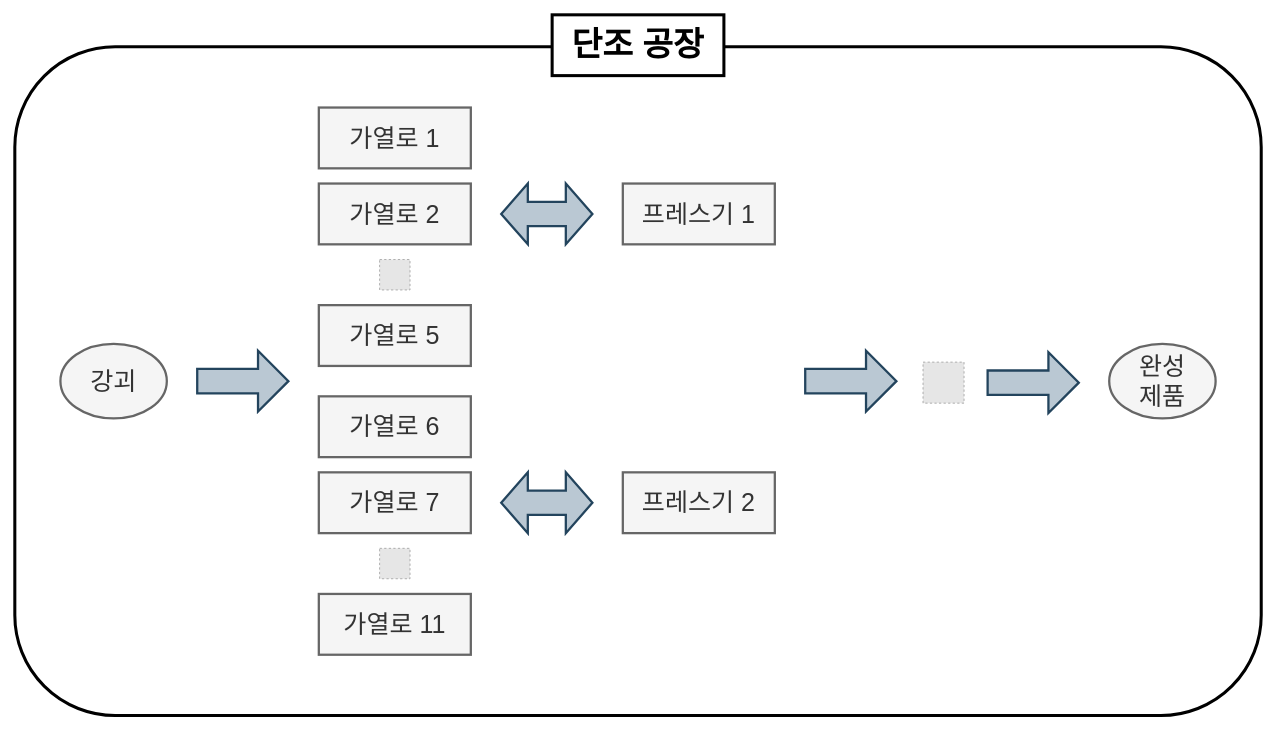
Before: 공정개요.drawio in seheeP/statistic, a draw.io diagram. Source tidied: cells renumbered, new cells numbered last; positions are measured from the earlier drawing's top-left corner, leaving out a move shared by most shapes. Both pictures are drawn from the tidied source at 76%, with x=0, y=0 at pixel (14, 14). Pictures stored in the file or linked from it are replaced by grey dashed boxes.
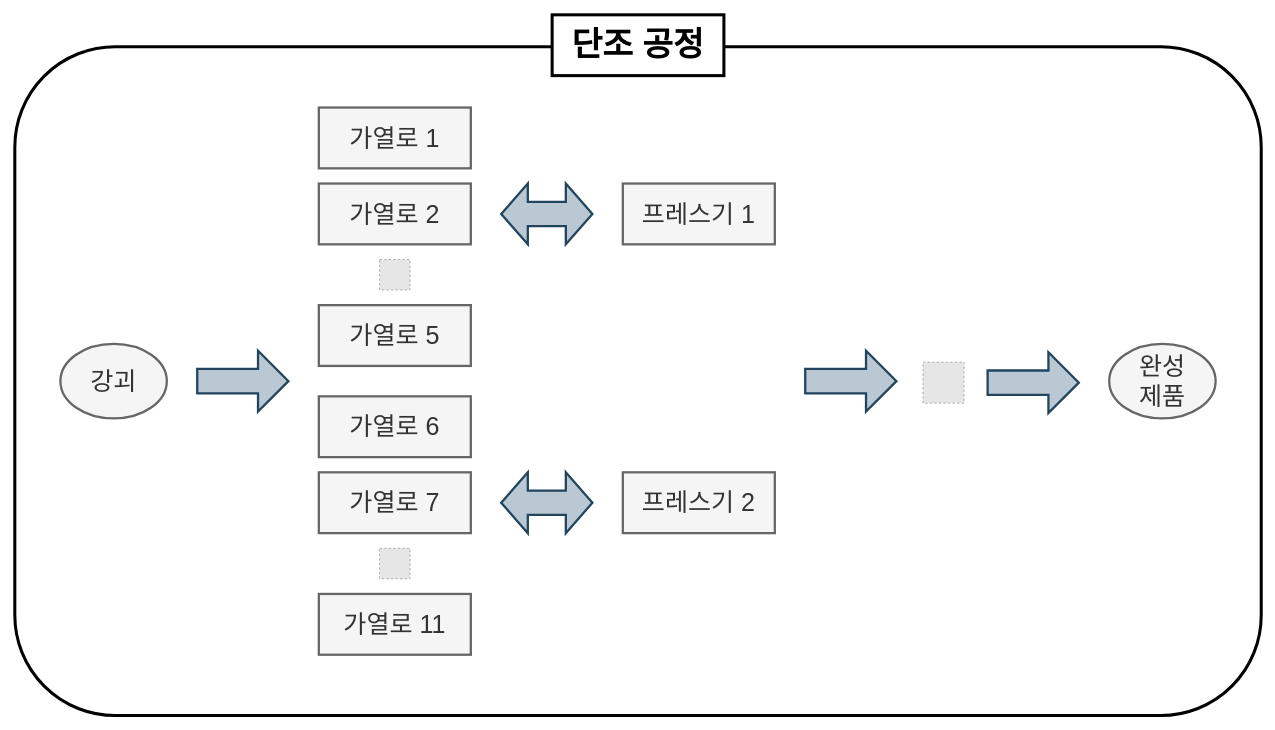
After the change.

Change to the diagram source:
```diff
@@
-    <mxCell id="15" value="&lt;b&gt;&lt;font style=&quot;font-size: 44px&quot;&gt;단조 공장&lt;/font&gt;&lt;/b&gt;" style="rounded=0;whiteSpace=wrap;html=1;fontSize=22;strokeWidth=4;fillColor=#FFFFFF;" parent="1" vertex="1">
+    <mxCell id="15" value="&lt;b&gt;&lt;font style=&quot;font-size: 44px&quot;&gt;단조 공정&lt;/font&gt;&lt;/b&gt;" style="rounded=0;whiteSpace=wrap;html=1;fontSize=22;strokeWidth=4;fillColor=#FFFFFF;" parent="1" vertex="1">
       <mxGeometry x="707" width="226" height="80" as="geometry" />
     </mxCell>
```
